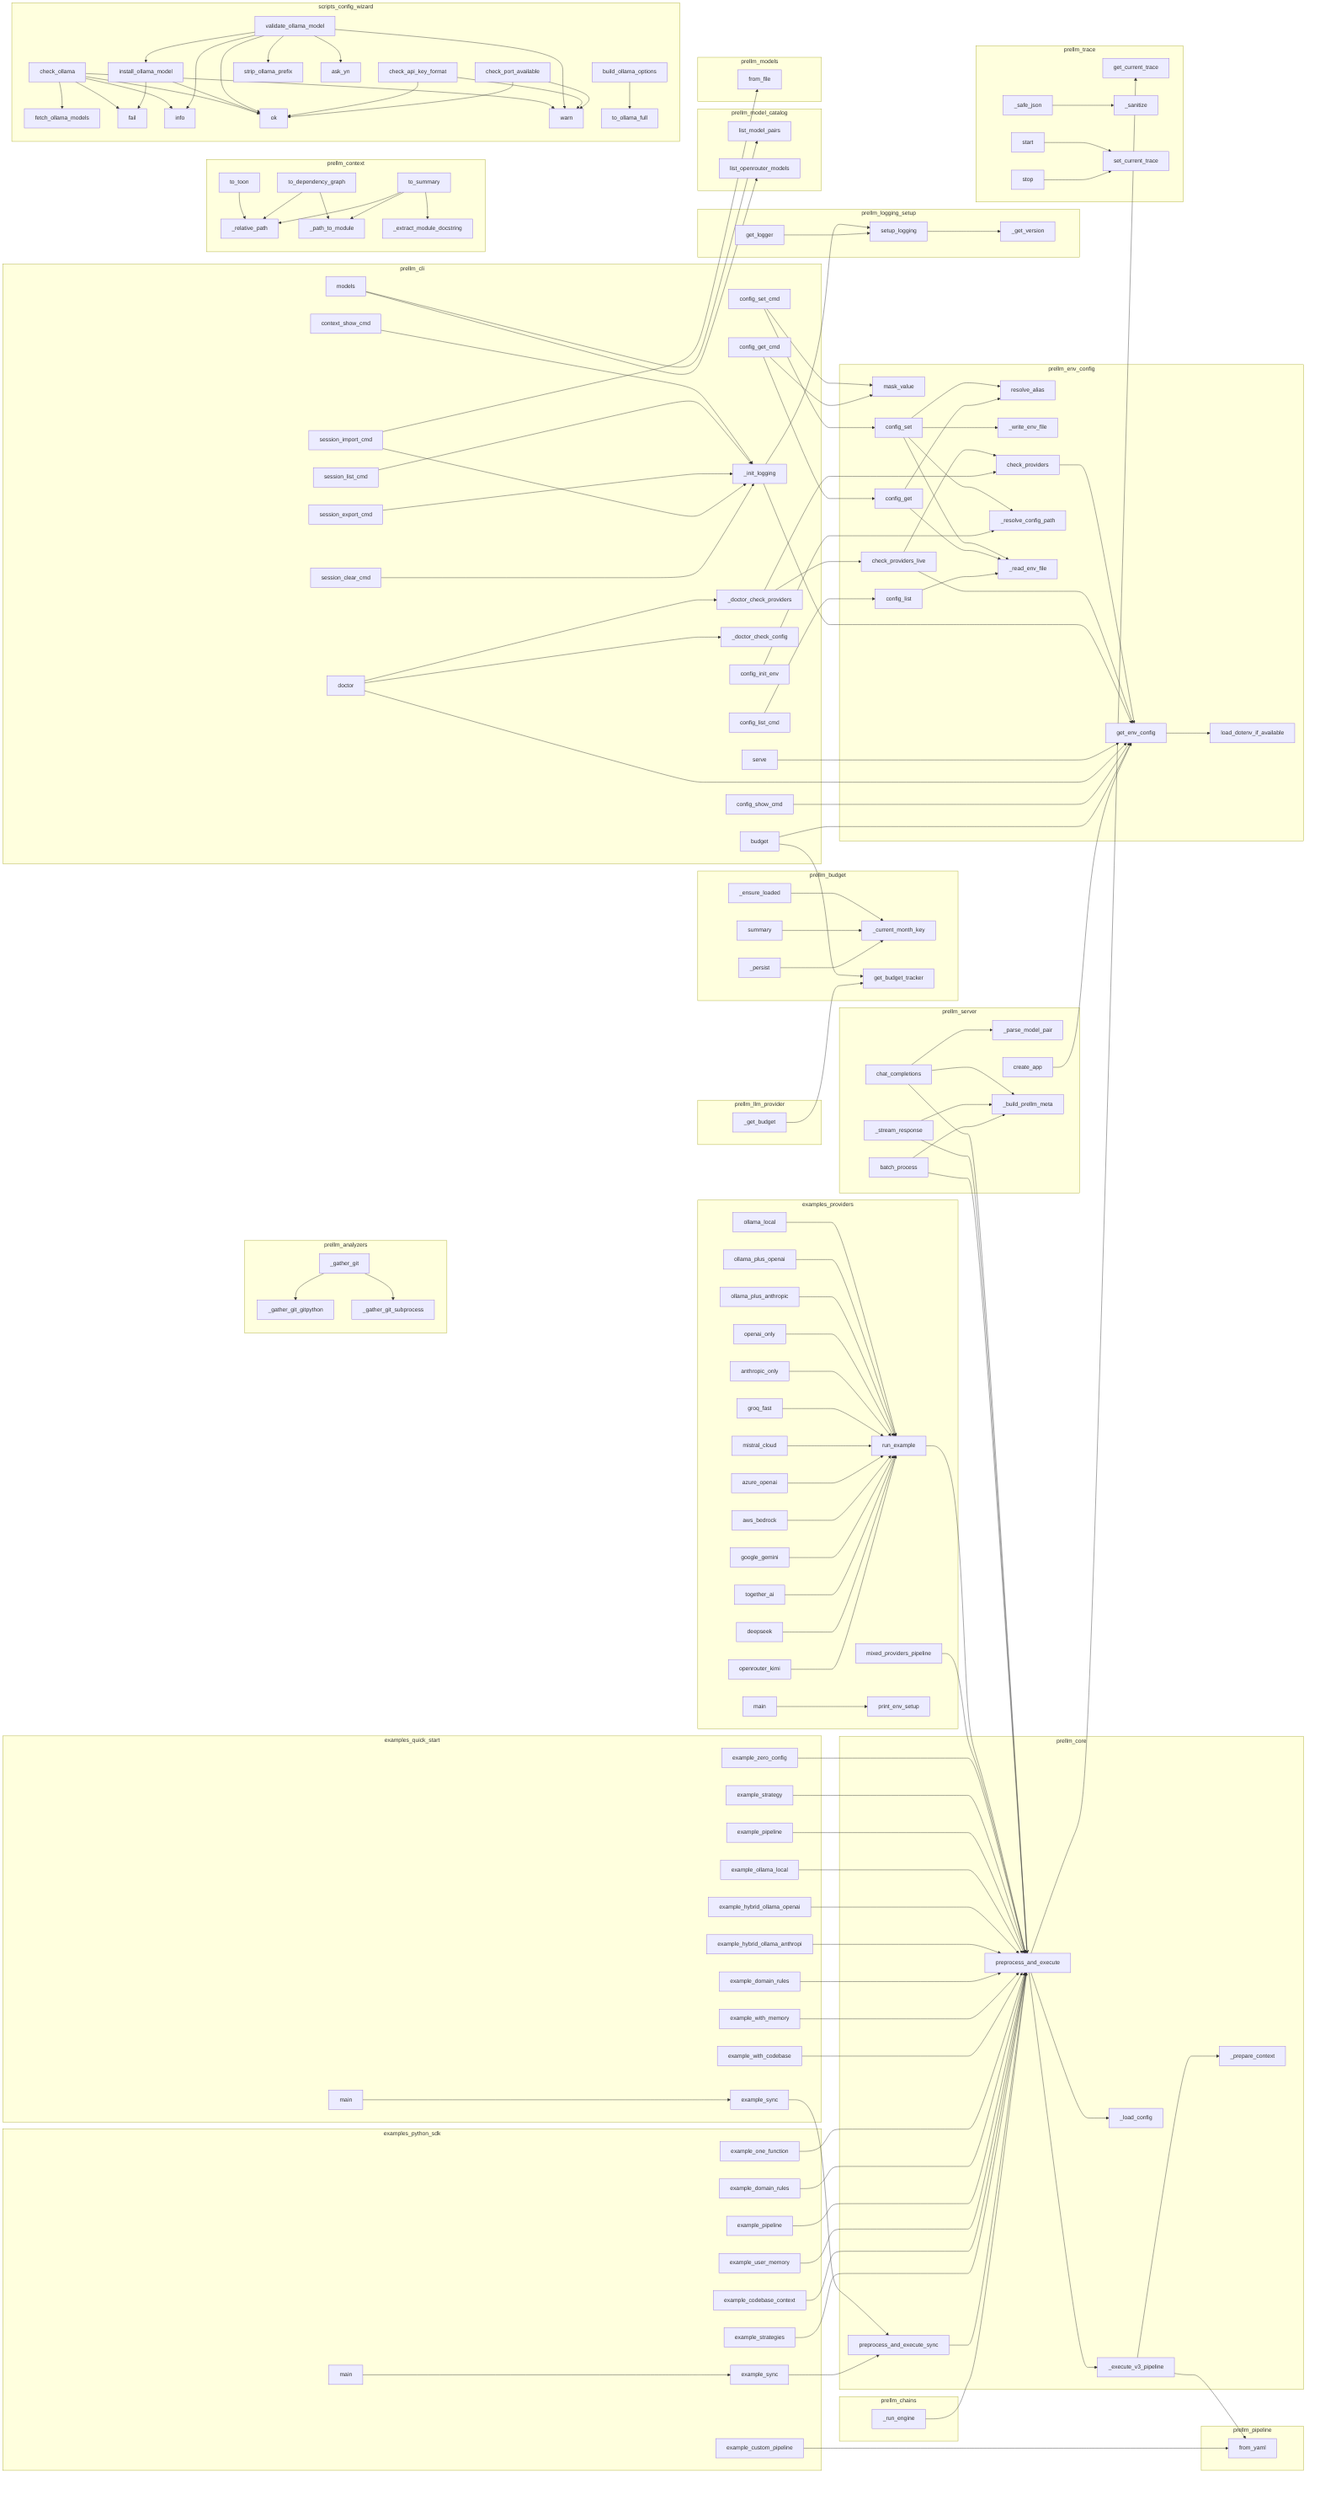
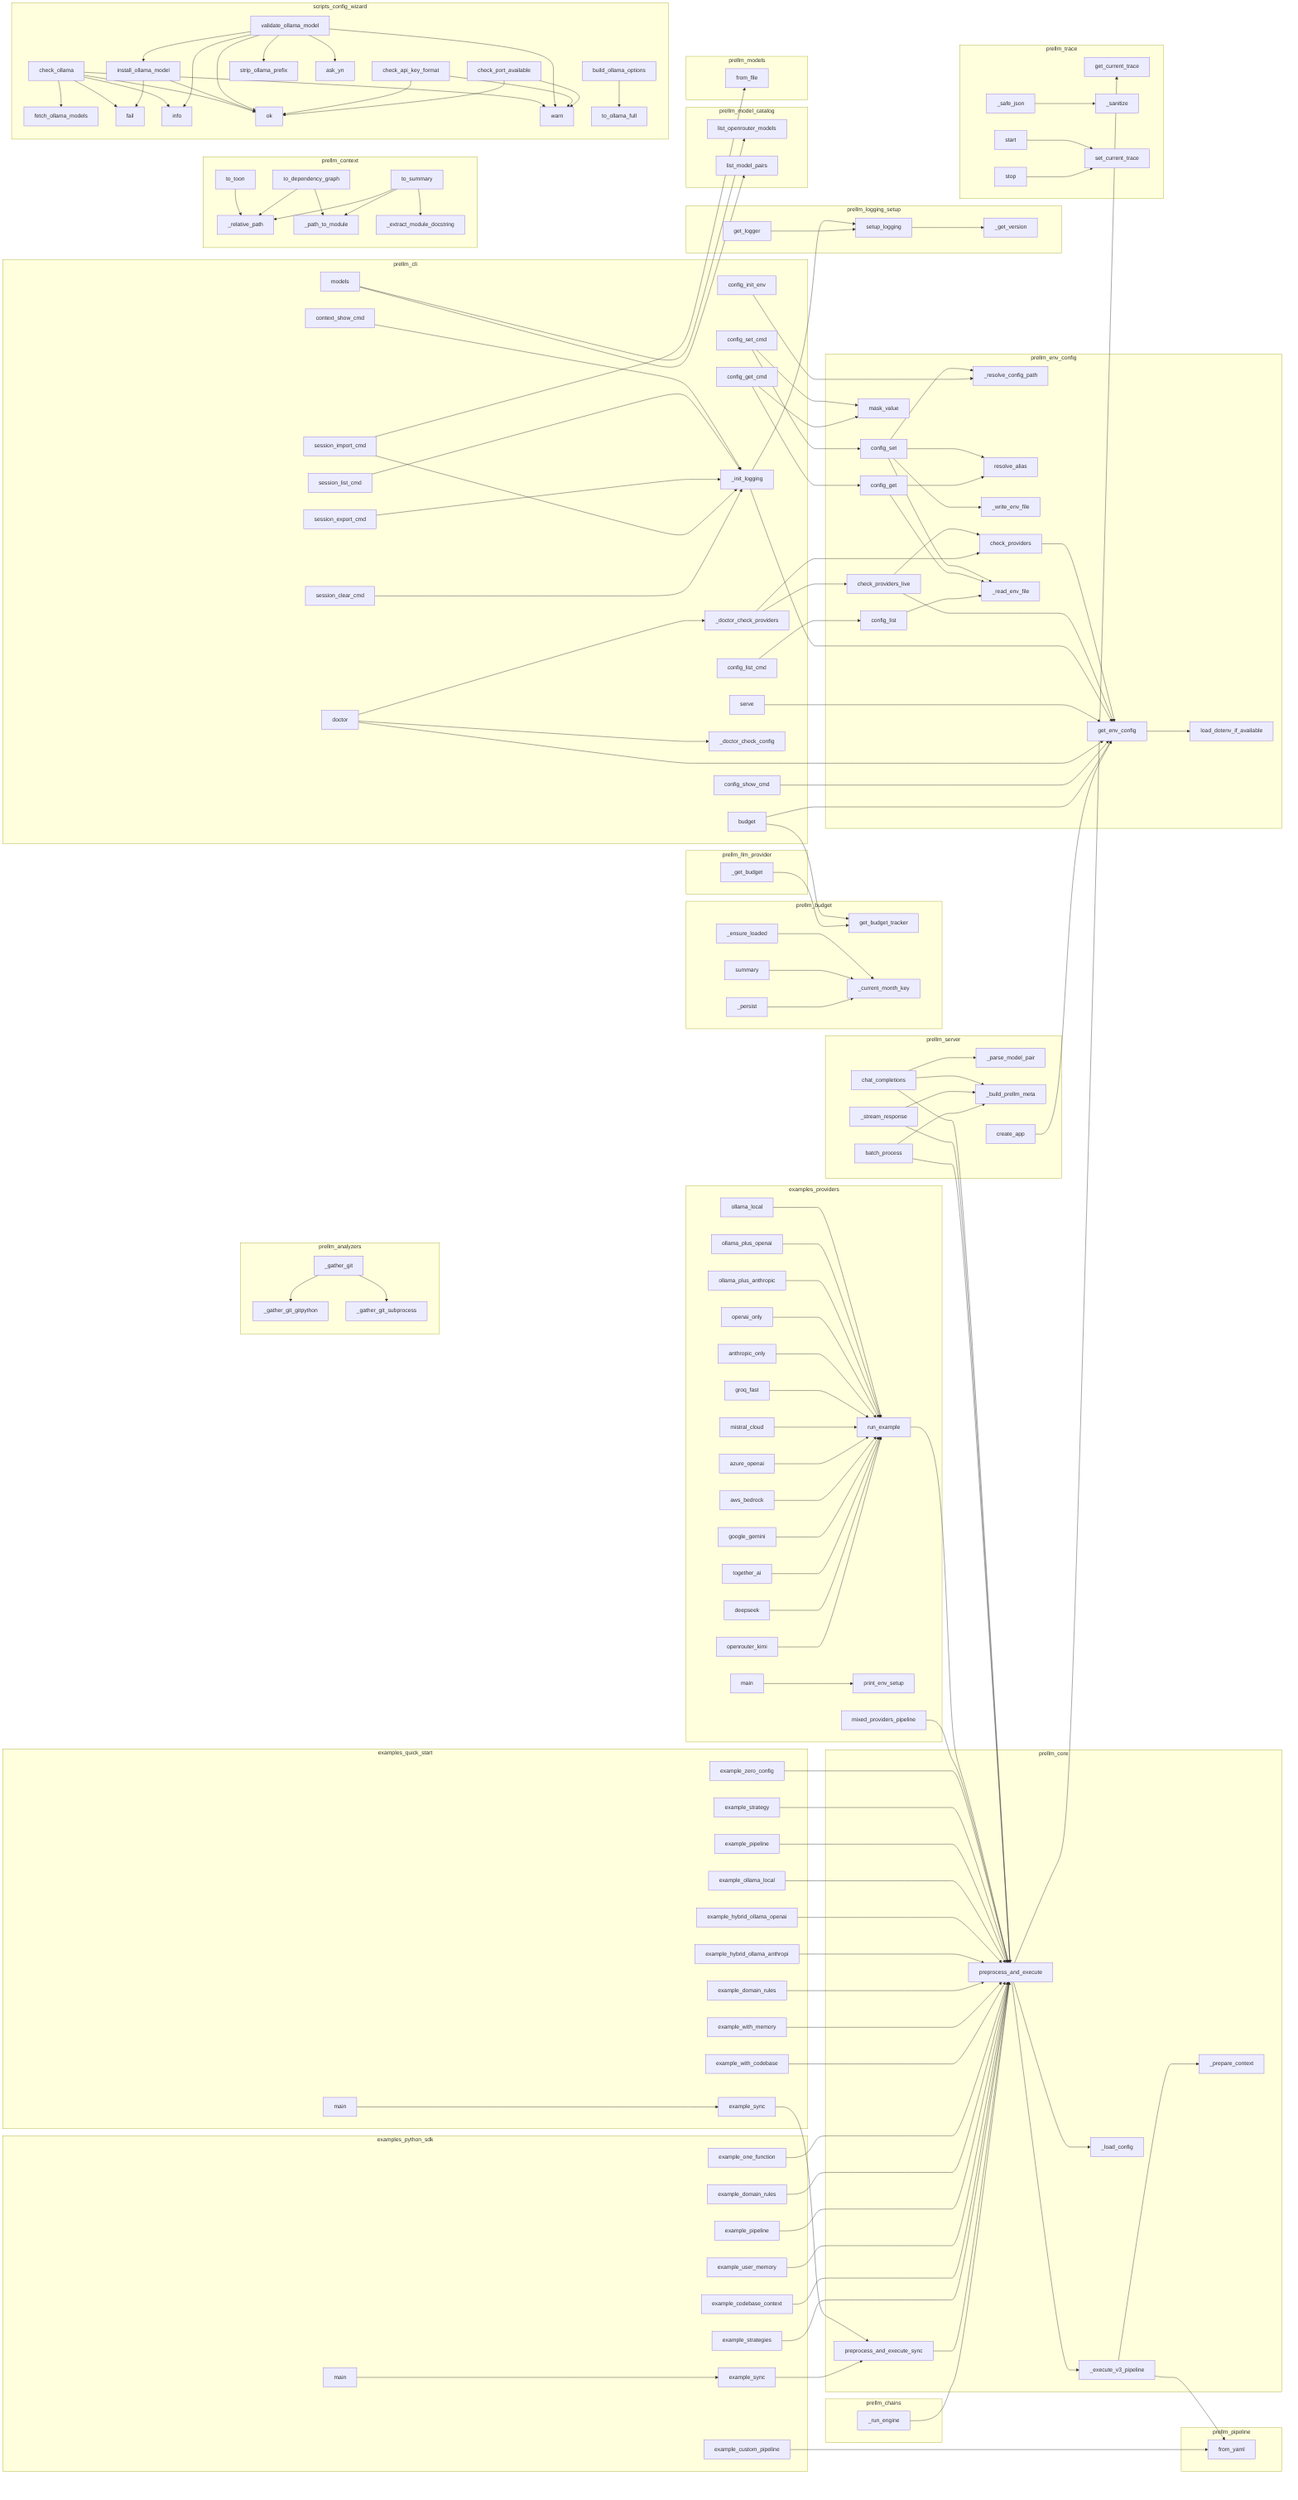
flowchart LR
    subgraph examples_providers
+         examples__providers__openrouter_kimi["openrouter_kimi"]
        examples__providers__ollama_plus_openai["ollama_plus_openai"]
+         examples__providers__mixed_providers_pipeline["mixed_providers_pipeline"]
+         examples__providers__anthropic_only["anthropic_only"]
+         examples__providers__print_env_setup["print_env_setup"]
+         examples__providers__ollama_local["ollama_local"]
+         examples__providers__together_ai["together_ai"]
+         examples__providers__deepseek["deepseek"]
+         examples__providers__groq_fast["groq_fast"]
+         examples__providers__ollama_plus_anthropic["ollama_plus_anthropic"]
+         examples__providers__openai_only["openai_only"]
+         examples__providers__mistral_cloud["mistral_cloud"]
+         examples__providers__google_gemini["google_gemini"]
        examples__providers__aws_bedrock["aws_bedrock"]
-         examples__providers__mistral_cloud["mistral_cloud"]
-         examples__providers__mixed_providers_pipeline["mixed_providers_pipeline"]
-         examples__providers__deepseek["deepseek"]
+         examples__providers__azure_openai["azure_openai"]
+         examples__providers__run_example["run_example"]
        examples__providers__main["main"]
-         examples__providers__run_example["run_example"]
-         examples__providers__openrouter_kimi["openrouter_kimi"]
-         examples__providers__print_env_setup["print_env_setup"]
-         examples__providers__openai_only["openai_only"]
-         examples__providers__ollama_local["ollama_local"]
-         examples__providers__anthropic_only["anthropic_only"]
-         examples__providers__together_ai["together_ai"]
-         examples__providers__azure_openai["azure_openai"]
-         examples__providers__ollama_plus_anthropic["ollama_plus_anthropic"]
-         examples__providers__groq_fast["groq_fast"]
-         examples__providers__google_gemini["google_gemini"]
    end
    subgraph examples_python_sdk
+         examples__python_sdk__example_one_function["example_one_function"]
        examples__python_sdk__main["main"]
+         examples__python_sdk__example_custom_pipeline["example_custom_pipeline"]
+         examples__python_sdk__example_strategies["example_strategies"]
+         examples__python_sdk__example_codebase_context["example_codebase_context"]
+         examples__python_sdk__example_user_memory["example_user_memory"]
+         examples__python_sdk__example_domain_rules["example_domain_rules"]
        examples__python_sdk__example_pipeline["example_pipeline"]
        examples__python_sdk__example_sync["example_sync"]
-         examples__python_sdk__example_user_memory["example_user_memory"]
-         examples__python_sdk__example_codebase_context["example_codebase_context"]
-         examples__python_sdk__example_one_function["example_one_function"]
-         examples__python_sdk__example_custom_pipeline["example_custom_pipeline"]
-         examples__python_sdk__example_strategies["example_strategies"]
-         examples__python_sdk__example_domain_rules["example_domain_rules"]
    end
    subgraph examples_quick_start
+         examples__quick_start__example_hybrid_ollama_openai["example_hybrid_ollama_openai"]
+         examples__quick_start__main["main"]
+         examples__quick_start__example_with_codebase["example_with_codebase"]
        examples__quick_start__example_ollama_local["example_ollama_local"]
+         examples__quick_start__example_hybrid_ollama_anthropic["example_hybrid_ollama_anthropi"]
+         examples__quick_start__example_with_memory["example_with_memory"]
+         examples__quick_start__example_domain_rules["example_domain_rules"]
+         examples__quick_start__example_strategy["example_strategy"]
+         examples__quick_start__example_sync["example_sync"]
        examples__quick_start__example_zero_config["example_zero_config"]
-         examples__quick_start__main["main"]
-         examples__quick_start__example_with_memory["example_with_memory"]
-         examples__quick_start__example_hybrid_ollama_anthropic["example_hybrid_ollama_anthropi"]
-         examples__quick_start__example_with_codebase["example_with_codebase"]
-         examples__quick_start__example_strategy["example_strategy"]
-         examples__quick_start__example_domain_rules["example_domain_rules"]
-         examples__quick_start__example_sync["example_sync"]
-         examples__quick_start__example_hybrid_ollama_openai["example_hybrid_ollama_openai"]
        examples__quick_start__example_pipeline["example_pipeline"]
    end
    subgraph prellm_analyzers
-         prellm__ContextEngine___gather_git_gitpython["_gather_git_gitpython"]
        prellm__ContextEngine___gather_git["_gather_git"]
        prellm__ContextEngine___gather_git_subprocess["_gather_git_subprocess"]
+         prellm__ContextEngine___gather_git_gitpython["_gather_git_gitpython"]
    end
    subgraph prellm_budget
+         prellm__budget__get_budget_tracker["get_budget_tracker"]
+         prellm__budget__BudgetTracker___persist["_persist"]
        prellm__budget__BudgetTracker__summary["summary"]
-         prellm__budget__BudgetTracker___persist["_persist"]
+         prellm__budget__BudgetTracker___ensure_loaded["_ensure_loaded"]
        prellm__budget___current_month_key["_current_month_key"]
-         prellm__budget__get_budget_tracker["get_budget_tracker"]
-         prellm__budget__BudgetTracker___ensure_loaded["_ensure_loaded"]
    end
    subgraph prellm_chains
        prellm__chains__process_chain__ProcessChain___run_engine["_run_engine"]
    end
    subgraph prellm_cli
-         prellm__cli___init_logging["_init_logging"]
+         prellm__cli__config_list_cmd["config_list_cmd"]
+         prellm__cli__session_export_cmd["session_export_cmd"]
+         prellm__cli__config_init_env["config_init_env"]
+         prellm__cli__context_show_cmd["context_show_cmd"]
+         prellm__cli__doctor["doctor"]
+         prellm__cli__config_show_cmd["config_show_cmd"]
        prellm__cli__session_list_cmd["session_list_cmd"]
-         prellm__cli__session_export_cmd["session_export_cmd"]
-         prellm__cli___doctor_check_providers["_doctor_check_providers"]
-         prellm__cli__doctor["doctor"]
-         prellm__cli__config_init_env["config_init_env"]
-         prellm__cli__config_list_cmd["config_list_cmd"]
-         prellm__cli___doctor_check_config["_doctor_check_config"]
-         prellm__cli__serve["serve"]
        prellm__cli__models["models"]
-         prellm__cli__session_clear_cmd["session_clear_cmd"]
-         prellm__cli__config_show_cmd["config_show_cmd"]
+         prellm__cli__session_import_cmd["session_import_cmd"]
+         prellm__cli__budget["budget"]
        prellm__cli__config_set_cmd["config_set_cmd"]
        prellm__cli__config_get_cmd["config_get_cmd"]
-         prellm__cli__budget["budget"]
-         prellm__cli__context_show_cmd["context_show_cmd"]
-         prellm__cli__session_import_cmd["session_import_cmd"]
+         prellm__cli__session_clear_cmd["session_clear_cmd"]
+         prellm__cli__serve["serve"]
+         prellm__cli___doctor_check_config["_doctor_check_config"]
+         prellm__cli___doctor_check_providers["_doctor_check_providers"]
+         prellm__cli___init_logging["_init_logging"]
    end
    subgraph prellm_context
        prellm__context__folder_compressor___extract_module_docstrin["_extract_module_docstring"]
+         prellm__FolderCompressor__to_toon["to_toon"]
+         prellm__FolderCompressor__to_dependency_graph["to_dependency_graph"]
+         prellm__FolderCompressor__to_summary["to_summary"]
+         prellm__context__folder_compressor___path_to_module["_path_to_module"]
        prellm__context__folder_compressor___relative_path["_relative_path"]
-         prellm__FolderCompressor__to_dependency_graph["to_dependency_graph"]
-         prellm__context__folder_compressor___path_to_module["_path_to_module"]
-         prellm__FolderCompressor__to_toon["to_toon"]
-         prellm__FolderCompressor__to_summary["to_summary"]
    end
    subgraph prellm_core
+         prellm__core__preprocess_and_execute["preprocess_and_execute"]
        prellm__core__PreLLM___load_config["_load_config"]
        prellm__core__preprocess_and_execute_sync["preprocess_and_execute_sync"]
        prellm__core___prepare_context["_prepare_context"]
-         prellm__core__preprocess_and_execute["preprocess_and_execute"]
        prellm__core___execute_v3_pipeline["_execute_v3_pipeline"]
    end
    subgraph prellm_env_config
+         prellm__env_config__config_set["config_set"]
+         prellm__env_config__mask_value["mask_value"]
+         prellm__env_config__config_get["config_get"]
+         prellm__env_config__load_dotenv_if_available["load_dotenv_if_available"]
+         prellm__env_config___resolve_config_path["_resolve_config_path"]
+         prellm__env_config__get_env_config["get_env_config"]
        prellm__env_config__resolve_alias["resolve_alias"]
-         prellm__env_config__mask_value["mask_value"]
-         prellm__env_config__check_providers_live["check_providers_live"]
        prellm__env_config___write_env_file["_write_env_file"]
        prellm__env_config__check_providers["check_providers"]
-         prellm__env_config___resolve_config_path["_resolve_config_path"]
-         prellm__env_config__config_get["config_get"]
+         prellm__env_config__check_providers_live["check_providers_live"]
+         prellm__env_config__config_list["config_list"]
        prellm__env_config___read_env_file["_read_env_file"]
-         prellm__env_config__load_dotenv_if_available["load_dotenv_if_available"]
-         prellm__env_config__get_env_config["get_env_config"]
-         prellm__env_config__config_list["config_list"]
-         prellm__env_config__config_set["config_set"]
    end
    subgraph prellm_llm_provider
        prellm__llm_provider__LLMProvider___get_budget["_get_budget"]
    end
    subgraph prellm_logging_setup
+         prellm__logging_setup__setup_logging["setup_logging"]
        prellm__logging_setup__get_logger["get_logger"]
        prellm__logging_setup___get_version["_get_version"]
-         prellm__logging_setup__setup_logging["setup_logging"]
    end
    subgraph prellm_model_catalog
+         prellm__model_catalog__list_openrouter_models["list_openrouter_models"]
        prellm__model_catalog__list_model_pairs["list_model_pairs"]
-         prellm__model_catalog__list_openrouter_models["list_openrouter_models"]
    end
    subgraph prellm_models
        prellm__models__SessionSnapshot__from_file["from_file"]
    end
    subgraph prellm_pipeline
        prellm__pipeline__PromptPipeline__from_yaml["from_yaml"]
    end
    subgraph prellm_server
        prellm__server___parse_model_pair["_parse_model_pair"]
-         prellm__server__create_app["create_app"]
+         prellm__server___build_prellm_meta["_build_prellm_meta"]
        prellm__server__batch_process["batch_process"]
        prellm__server__chat_completions["chat_completions"]
-         prellm__server___build_prellm_meta["_build_prellm_meta"]
+         prellm__server__create_app["create_app"]
        prellm__server___stream_response["_stream_response"]
    end
    subgraph prellm_trace
+         prellm__trace___safe_json["_safe_json"]
        prellm__trace__get_current_trace["get_current_trace"]
        prellm__trace___sanitize["_sanitize"]
+         prellm__trace__TraceRecorder__start["start"]
+         prellm__trace__set_current_trace["set_current_trace"]
        prellm__trace__TraceRecorder__stop["stop"]
-         prellm__trace__TraceRecorder__start["start"]
-         prellm__trace___safe_json["_safe_json"]
-         prellm__trace__set_current_trace["set_current_trace"]
    end
    subgraph scripts_config_wizard
+         scripts__config_wizard__check_port_available["check_port_available"]
+         scripts__config_wizard__ok["ok"]
+         scripts__config_wizard__warn["warn"]
+         scripts__config_wizard__build_ollama_options["build_ollama_options"]
+         scripts__config_wizard__ask_yn["ask_yn"]
        scripts__config_wizard__check_api_key_format["check_api_key_format"]
-         scripts__config_wizard__info["info"]
        scripts__config_wizard__check_ollama["check_ollama"]
-         scripts__config_wizard__build_ollama_options["build_ollama_options"]
-         scripts__config_wizard__warn["warn"]
-         scripts__config_wizard__ok["ok"]
-         scripts__config_wizard__check_port_available["check_port_available"]
        scripts__config_wizard__install_ollama_model["install_ollama_model"]
-         scripts__config_wizard__fail["fail"]
        scripts__config_wizard__fetch_ollama_models["fetch_ollama_models"]
+         scripts__config_wizard__validate_ollama_model["validate_ollama_model"]
        scripts__config_wizard__strip_ollama_prefix["strip_ollama_prefix"]
        scripts__config_wizard__to_ollama_full["to_ollama_full"]
-         scripts__config_wizard__validate_ollama_model["validate_ollama_model"]
-         scripts__config_wizard__ask_yn["ask_yn"]
+         scripts__config_wizard__fail["fail"]
+         scripts__config_wizard__info["info"]
    end
    examples__providers__run_example --> prellm__core__preprocess_and_execute
    examples__providers__ollama_local --> examples__providers__run_example
    examples__providers__ollama_plus_openai --> examples__providers__run_example
    examples__providers__ollama_plus_anthropic --> examples__providers__run_example
    examples__providers__openai_only --> examples__providers__run_example
    examples__providers__anthropic_only --> examples__providers__run_example
    examples__providers__groq_fast --> examples__providers__run_example
    examples__providers__mistral_cloud --> examples__providers__run_example
    examples__providers__azure_openai --> examples__providers__run_example
    examples__providers__aws_bedrock --> examples__providers__run_example
    examples__providers__google_gemini --> examples__providers__run_example
    examples__providers__together_ai --> examples__providers__run_example
    examples__providers__deepseek --> examples__providers__run_example
    examples__providers__openrouter_kimi --> examples__providers__run_example
    examples__providers__mixed_providers_pipeline --> prellm__core__preprocess_and_execute
    examples__providers__main --> examples__providers__print_env_setup
    examples__quick_start__example_zero_config --> prellm__core__preprocess_and_execute
    examples__quick_start__example_strategy --> prellm__core__preprocess_and_execute
    examples__quick_start__example_pipeline --> prellm__core__preprocess_and_execute
    examples__quick_start__example_ollama_local --> prellm__core__preprocess_and_execute
    examples__quick_start__example_hybrid_ollama_openai --> prellm__core__preprocess_and_execute
    examples__quick_start__example_hybrid_ollama_anthropic --> prellm__core__preprocess_and_execute
    examples__quick_start__example_domain_rules --> prellm__core__preprocess_and_execute
    examples__quick_start__example_with_memory --> prellm__core__preprocess_and_execute
    examples__quick_start__example_with_codebase --> prellm__core__preprocess_and_execute
    examples__quick_start__example_sync --> prellm__core__preprocess_and_execute_sync
    examples__quick_start__main --> examples__quick_start__example_sync
    examples__python_sdk__example_one_function --> prellm__core__preprocess_and_execute
    examples__python_sdk__example_domain_rules --> prellm__core__preprocess_and_execute
    examples__python_sdk__example_sync --> prellm__core__preprocess_and_execute_sync
    examples__python_sdk__example_pipeline --> prellm__core__preprocess_and_execute
    examples__python_sdk__example_user_memory --> prellm__core__preprocess_and_execute
    examples__python_sdk__example_codebase_context --> prellm__core__preprocess_and_execute
    examples__python_sdk__example_custom_pipeline --> prellm__pipeline__PromptPipeline__from_yaml
    examples__python_sdk__example_strategies --> prellm__core__preprocess_and_execute
    examples__python_sdk__main --> examples__python_sdk__example_sync
    prellm__env_config__get_env_config --> prellm__env_config__load_dotenv_if_available
    prellm__env_config__check_providers --> prellm__env_config__get_env_config
    prellm__env_config__config_set --> prellm__env_config__resolve_alias
    prellm__env_config__config_set --> prellm__env_config___resolve_config_path
    prellm__env_config__config_set --> prellm__env_config___read_env_file
    prellm__env_config__config_set --> prellm__env_config___write_env_file
    prellm__env_config__config_get --> prellm__env_config__resolve_alias
    prellm__env_config__config_get --> prellm__env_config___read_env_file
    prellm__env_config__config_list --> prellm__env_config___read_env_file
    prellm__env_config__check_providers_live --> prellm__env_config__check_providers
    prellm__env_config__check_providers_live --> prellm__env_config__get_env_config
    prellm__cli___init_logging --> prellm__env_config__get_env_config
    prellm__cli___init_logging --> prellm__logging_setup__setup_logging
    prellm__cli__serve --> prellm__env_config__get_env_config
    prellm__cli___doctor_check_providers --> prellm__env_config__check_providers
    prellm__cli___doctor_check_providers --> prellm__env_config__check_providers_live
    prellm__cli__doctor --> prellm__env_config__get_env_config
    prellm__cli__doctor --> prellm__cli___doctor_check_config
    prellm__cli__doctor --> prellm__cli___doctor_check_providers
    prellm__cli__config_set_cmd --> prellm__env_config__config_set
    prellm__cli__config_set_cmd --> prellm__env_config__mask_value
    prellm__cli__config_get_cmd --> prellm__env_config__config_get
    prellm__cli__config_get_cmd --> prellm__env_config__mask_value
    prellm__cli__config_list_cmd --> prellm__env_config__config_list
    prellm__cli__config_show_cmd --> prellm__env_config__get_env_config
    prellm__cli__config_init_env --> prellm__env_config___resolve_config_path
    prellm__cli__budget --> prellm__env_config__get_env_config
    prellm__cli__budget --> prellm__budget__get_budget_tracker
    prellm__cli__models --> prellm__model_catalog__list_model_pairs
    prellm__cli__models --> prellm__model_catalog__list_openrouter_models
    prellm__cli__context_show_cmd --> prellm__cli___init_logging
    prellm__cli__session_list_cmd --> prellm__cli___init_logging
    prellm__cli__session_export_cmd --> prellm__cli___init_logging
    prellm__cli__session_import_cmd --> prellm__cli___init_logging
    prellm__cli__session_import_cmd --> prellm__models__SessionSnapshot__from_file
    prellm__cli__session_clear_cmd --> prellm__cli___init_logging
    prellm__trace__TraceRecorder__start --> prellm__trace__set_current_trace
    prellm__trace__TraceRecorder__stop --> prellm__trace__set_current_trace
    prellm__trace___safe_json --> prellm__trace___sanitize
-     prellm__core__preprocess_and_execute --> prellm__trace__get_current_trace
-     prellm__core__preprocess_and_execute --> prellm__core__PreLLM___load_config
-     prellm__core__preprocess_and_execute --> prellm__core___execute_v3_pipeline
-     prellm__core__preprocess_and_execute_sync --> prellm__core__preprocess_and_execute
-     prellm__core___execute_v3_pipeline --> prellm__pipeline__PromptPipeline__from_yaml
-     prellm__core___execute_v3_pipeline --> prellm__core___prepare_context
-     prellm__llm_provider__LLMProvider___get_budget --> prellm__budget__get_budget_tracker
    prellm__server__chat_completions --> prellm__server___parse_model_pair
    prellm__server__chat_completions --> prellm__server___build_prellm_meta
    prellm__server__chat_completions --> prellm__core__preprocess_and_execute
    prellm__server___stream_response --> prellm__core__preprocess_and_execute
    prellm__server___stream_response --> prellm__server___build_prellm_meta
    prellm__server__batch_process --> prellm__core__preprocess_and_execute
    prellm__server__batch_process --> prellm__server___build_prellm_meta
    prellm__server__create_app --> prellm__env_config__get_env_config
+     prellm__core__preprocess_and_execute --> prellm__trace__get_current_trace
+     prellm__core__preprocess_and_execute --> prellm__core__PreLLM___load_config
+     prellm__core__preprocess_and_execute --> prellm__core___execute_v3_pipeline
+     prellm__core__preprocess_and_execute_sync --> prellm__core__preprocess_and_execute
+     prellm__core___execute_v3_pipeline --> prellm__pipeline__PromptPipeline__from_yaml
+     prellm__core___execute_v3_pipeline --> prellm__core___prepare_context
+     prellm__llm_provider__LLMProvider___get_budget --> prellm__budget__get_budget_tracker
+     prellm__budget__BudgetTracker___ensure_loaded --> prellm__budget___current_month_key
+     prellm__budget__BudgetTracker__summary --> prellm__budget___current_month_key
+     prellm__budget__BudgetTracker___persist --> prellm__budget___current_month_key
    scripts__config_wizard__check_ollama --> scripts__config_wizard__fetch_ollama_models
    scripts__config_wizard__check_ollama --> scripts__config_wizard__fail
    scripts__config_wizard__check_ollama --> scripts__config_wizard__info
    scripts__config_wizard__check_ollama --> scripts__config_wizard__ok
    scripts__config_wizard__check_ollama --> scripts__config_wizard__warn
    scripts__config_wizard__build_ollama_options --> scripts__config_wizard__to_ollama_full
    scripts__config_wizard__install_ollama_model --> scripts__config_wizard__fail
    scripts__config_wizard__install_ollama_model --> scripts__config_wizard__ok
    scripts__config_wizard__validate_ollama_model --> scripts__config_wizard__strip_ollama_prefix
    scripts__config_wizard__validate_ollama_model --> scripts__config_wizard__warn
    scripts__config_wizard__validate_ollama_model --> scripts__config_wizard__info
    scripts__config_wizard__validate_ollama_model --> scripts__config_wizard__ask_yn
    scripts__config_wizard__validate_ollama_model --> scripts__config_wizard__ok
    scripts__config_wizard__validate_ollama_model --> scripts__config_wizard__install_ollama_model
    scripts__config_wizard__check_api_key_format --> scripts__config_wizard__ok
    scripts__config_wizard__check_api_key_format --> scripts__config_wizard__warn
    scripts__config_wizard__check_port_available --> scripts__config_wizard__warn
    scripts__config_wizard__check_port_available --> scripts__config_wizard__ok
+     prellm__chains__process_chain__ProcessChain___run_engine --> prellm__core__preprocess_and_execute
    prellm__FolderCompressor__to_toon --> prellm__context__folder_compressor___relative_path
    prellm__FolderCompressor__to_dependency_graph --> prellm__context__folder_compressor___relative_path
    prellm__FolderCompressor__to_dependency_graph --> prellm__context__folder_compressor___path_to_module
    prellm__FolderCompressor__to_summary --> prellm__context__folder_compressor___relative_path
    prellm__FolderCompressor__to_summary --> prellm__context__folder_compressor___path_to_module
    prellm__FolderCompressor__to_summary --> prellm__context__folder_compressor___extract_module_docstrin
-     prellm__chains__process_chain__ProcessChain___run_engine --> prellm__core__preprocess_and_execute
-     prellm__budget__BudgetTracker___ensure_loaded --> prellm__budget___current_month_key
-     prellm__budget__BudgetTracker__summary --> prellm__budget___current_month_key
-     prellm__budget__BudgetTracker___persist --> prellm__budget___current_month_key
    prellm__ContextEngine___gather_git --> prellm__ContextEngine___gather_git_gitpython
    prellm__ContextEngine___gather_git --> prellm__ContextEngine___gather_git_subprocess
    prellm__logging_setup__setup_logging --> prellm__logging_setup___get_version
    prellm__logging_setup__get_logger --> prellm__logging_setup__setup_logging
